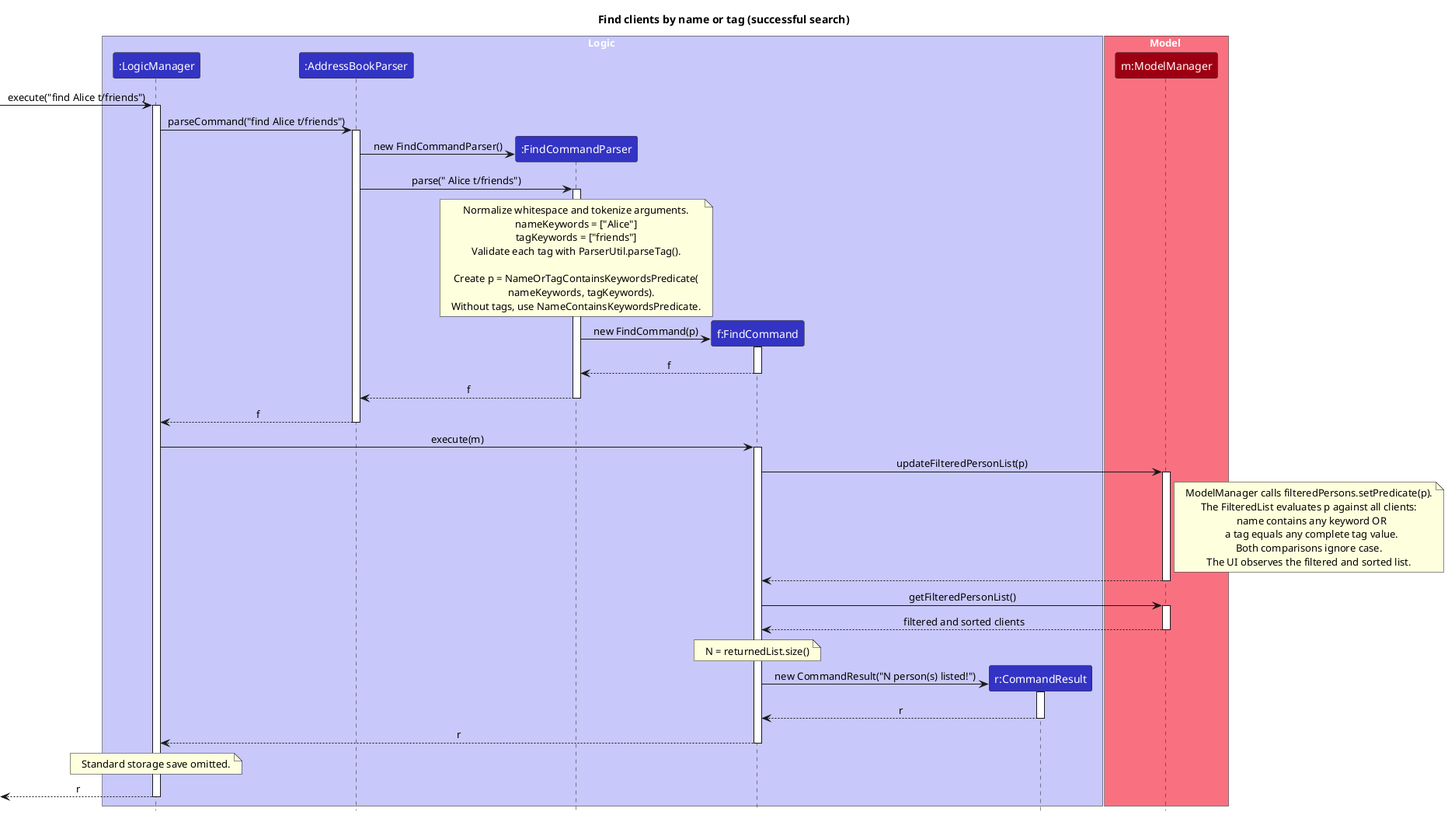
Above: docs/images/FindSequenceDiagram.png in AY2627S1-CS2103T-W08-3/tp (PlantUML), before the change. Its diagram source:
```plantuml
@startuml
!include style.puml
skinparam ArrowFontStyle plain

title Find clients by name or tag (successful search)

box Logic LOGIC_COLOR_T1
participant ":LogicManager" as LogicManager LOGIC_COLOR
participant ":AddressBookParser" as AddressBookParser LOGIC_COLOR
participant ":FindCommandParser" as FindCommandParser LOGIC_COLOR
participant "f:FindCommand" as FindCommand LOGIC_COLOR
participant "r:CommandResult" as CommandResult LOGIC_COLOR
end box

box Model MODEL_COLOR_T1
participant "m:ModelManager" as Model MODEL_COLOR
end box

[-> LogicManager : execute("find Alice t/friends")
activate LogicManager

LogicManager -> AddressBookParser : parseCommand("find Alice t/friends")
activate AddressBookParser

create FindCommandParser
AddressBookParser -> FindCommandParser : new FindCommandParser()
AddressBookParser -> FindCommandParser : parse(" Alice t/friends")
activate FindCommandParser

note over FindCommandParser
Normalize whitespace and tokenize arguments.
nameKeywords = ["Alice"]
tagKeywords = ["friends"]
Validate each tag with ParserUtil.parseTag().

Create p = NameOrTagContainsKeywordsPredicate(
    nameKeywords, tagKeywords).
Without tags, use NameContainsKeywordsPredicate.
end note

create FindCommand
FindCommandParser -> FindCommand : new FindCommand(p)
activate FindCommand
FindCommand --> FindCommandParser : f
deactivate FindCommand

FindCommandParser --> AddressBookParser : f
deactivate FindCommandParser

AddressBookParser --> LogicManager : f
deactivate AddressBookParser

LogicManager -> FindCommand : execute(m)
activate FindCommand

FindCommand -> Model : updateFilteredPersonList(p)
activate Model
note right of Model
ModelManager calls filteredPersons.setPredicate(p).
The FilteredList evaluates p against all clients:
  name contains any keyword OR
  a tag equals any complete tag value.
Both comparisons ignore case.
The UI observes the filtered and sorted list.
end note
Model --> FindCommand
deactivate Model

FindCommand -> Model : getFilteredPersonList()
activate Model
Model --> FindCommand : filtered and sorted clients
deactivate Model

note over FindCommand
N = returnedList.size()
end note

create CommandResult
FindCommand -> CommandResult : new CommandResult("N person(s) listed!")
activate CommandResult
CommandResult --> FindCommand : r
deactivate CommandResult

FindCommand --> LogicManager : r
deactivate FindCommand

note over LogicManager
Standard storage save omitted.
end note
[<-- LogicManager : r
deactivate LogicManager
@enduml
```
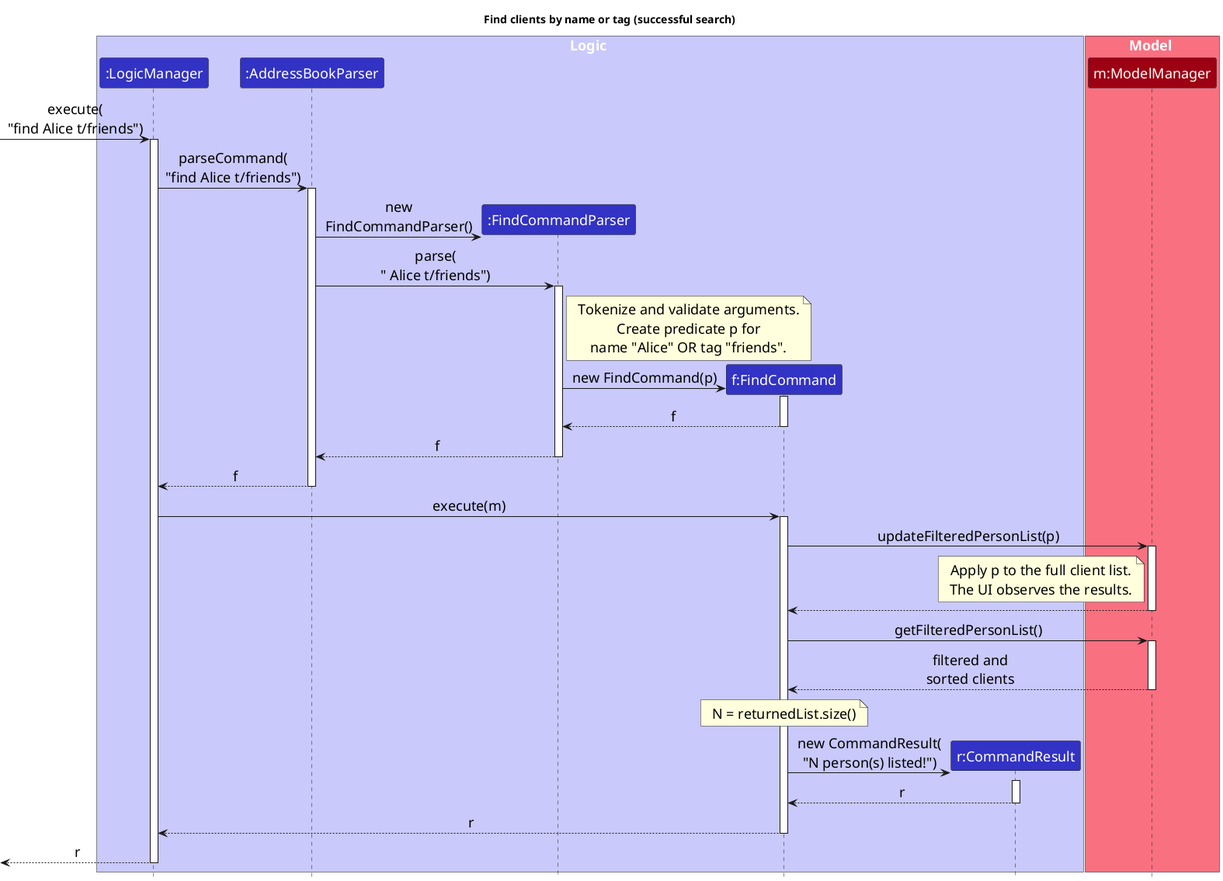
Later version of the same file.

The edit, as a diff of the source:
```diff
@@ -1,6 +1,14 @@
 @startuml
 !include style.puml
 skinparam ArrowFontStyle plain
+skinparam DefaultFontSize 18
+skinparam Sequence {
+    ArrowFontSize 18
+    ParticipantFontSize 18
+    BoxFontSize 18
+}
+skinparam NoteFontSize 18
+skinparam ParticipantPadding 0
 
 title Find clients by name or tag (successful search)
 
@@ -16,26 +24,21 @@
 participant "m:ModelManager" as Model MODEL_COLOR
 end box
 
-[-> LogicManager : execute("find Alice t/friends")
+[-> LogicManager : execute(\n"find Alice t/friends")
 activate LogicManager
 
-LogicManager -> AddressBookParser : parseCommand("find Alice t/friends")
+LogicManager -> AddressBookParser : parseCommand(\n"find Alice t/friends")
 activate AddressBookParser
 
 create FindCommandParser
-AddressBookParser -> FindCommandParser : new FindCommandParser()
-AddressBookParser -> FindCommandParser : parse(" Alice t/friends")
+AddressBookParser -> FindCommandParser : new\nFindCommandParser()
+AddressBookParser -> FindCommandParser : parse(\n" Alice t/friends")
 activate FindCommandParser
 
-note over FindCommandParser
-Normalize whitespace and tokenize arguments.
-nameKeywords = ["Alice"]
-tagKeywords = ["friends"]
-Validate each tag with ParserUtil.parseTag().
-
-Create p = NameOrTagContainsKeywordsPredicate(
-    nameKeywords, tagKeywords).
-Without tags, use NameContainsKeywordsPredicate.
+note right of FindCommandParser
+Tokenize and validate arguments.
+Create predicate p for
+name "Alice" OR tag "friends".
 end note
 
 create FindCommand
@@ -55,20 +58,16 @@
 
 FindCommand -> Model : updateFilteredPersonList(p)
 activate Model
-note right of Model
-ModelManager calls filteredPersons.setPredicate(p).
-The FilteredList evaluates p against all clients:
-  name contains any keyword OR
-  a tag equals any complete tag value.
-Both comparisons ignore case.
-The UI observes the filtered and sorted list.
+note left of Model
+Apply p to the full client list.
+The UI observes the results.
 end note
 Model --> FindCommand
 deactivate Model
 
 FindCommand -> Model : getFilteredPersonList()
 activate Model
-Model --> FindCommand : filtered and sorted clients
+Model --> FindCommand : filtered and\nsorted clients
 deactivate Model
 
 note over FindCommand
@@ -76,7 +75,7 @@
 end note
 
 create CommandResult
-FindCommand -> CommandResult : new CommandResult("N person(s) listed!")
+FindCommand -> CommandResult : new CommandResult(\n"N person(s) listed!")
 activate CommandResult
 CommandResult --> FindCommand : r
 deactivate CommandResult
@@ -84,9 +83,6 @@
 FindCommand --> LogicManager : r
 deactivate FindCommand
 
-note over LogicManager
-Standard storage save omitted.
-end note
 [<-- LogicManager : r
 deactivate LogicManager
 @enduml
```
